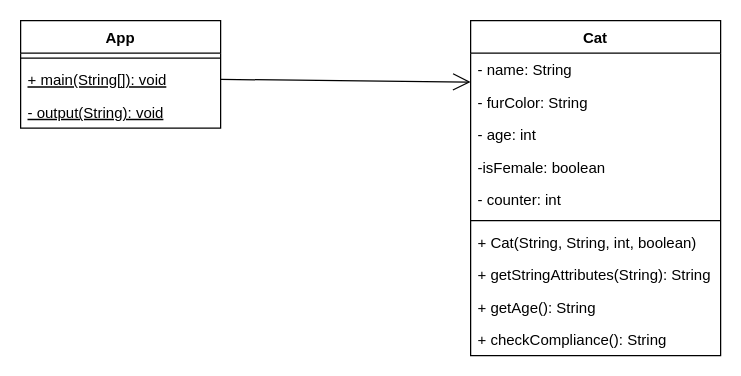
Before: page "App / Cat" (1 of 3) of klassendiagramm.drawio in JanaJ90/03a_Klassen_Objekte_3, a draw.io diagram. Source tidied: cells renumbered, new cells numbered last; positions are measured from the earlier drawing's top-left corner, leaving out a move shared by most shapes. Both pictures are drawn from the tidied source at 125%, with x=0, y=0 at pixel (20, 20).
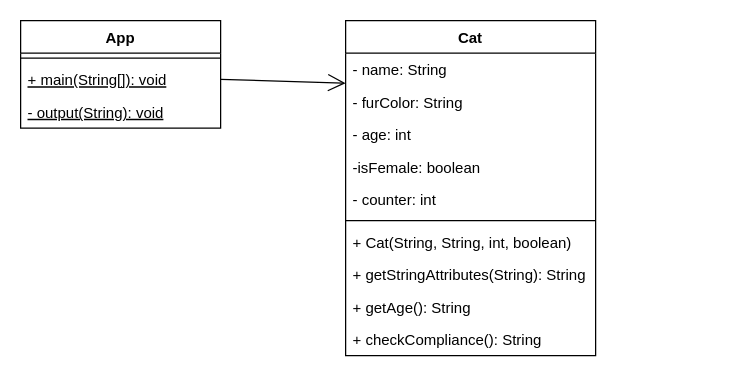
The same diagram, later.

Commit message:
03/ Klassendiagramm TomCat

The edit, as a diff of the source:
```diff
@@
 <mxGraphModel>
   <root>
     <mxCell id="0" />
     <mxCell id="1" parent="0" />
     <mxCell id="2" value="Cat" style="swimlane;fontStyle=1;align=center;verticalAlign=top;horizontal=1;startSize=26;" parent="1" vertex="1">
-      <mxGeometry x="360" width="200" height="268" as="geometry" />
+      <mxGeometry x="260" width="200" height="268" as="geometry" />
     </mxCell>
     <mxCell id="3" value="- name: String" style="text;strokeColor=none;fillColor=none;align=left;verticalAlign=top;spacingLeft=4;spacingRight=4;overflow=hidden;points=[[0,0.5],[1,0.5]];portConstraint=eastwest;" parent="2" vertex="1">
       <mxGeometry y="26" width="200" height="26" as="geometry" />
     </mxCell>
     <mxCell id="4" value="- furColor: String" style="text;strokeColor=none;fillColor=none;align=left;verticalAlign=top;spacingLeft=4;spacingRight=4;overflow=hidden;" parent="2" vertex="1">
       <mxGeometry y="52" width="200" height="26" as="geometry" />
     </mxCell>
     <mxCell id="5" value="- age: int" style="text;strokeColor=none;fillColor=none;align=left;verticalAlign=top;spacingLeft=4;spacingRight=4;overflow=hidden;" parent="2" vertex="1">
       <mxGeometry y="78" width="200" height="26" as="geometry" />
     </mxCell>
     <mxCell id="6" value="-isFemale: boolean" style="text;strokeColor=none;fillColor=none;align=left;verticalAlign=top;spacingLeft=4;spacingRight=4;overflow=hidden;" parent="2" vertex="1">
       <mxGeometry y="104" width="200" height="26" as="geometry" />
     </mxCell>
     <mxCell id="7" value="- counter: int" style="text;strokeColor=none;fillColor=none;align=left;verticalAlign=top;spacingLeft=4;spacingRight=4;overflow=hidden;" parent="2" vertex="1">
       <mxGeometry y="130" width="200" height="26" as="geometry" />
     </mxCell>
     <mxCell id="8" style="line;strokeWidth=1;fillColor=none;align=left;verticalAlign=middle;spacingTop=-1;spacingLeft=3;spacingRight=3;labelPosition=right;strokeColor=inherit;" parent="2" vertex="1">
       <mxGeometry y="156" width="200" height="8" as="geometry" />
     </mxCell>
     <mxCell id="9" value="+ Cat(String, String, int, boolean)" style="text;strokeColor=none;fillColor=none;align=left;verticalAlign=top;spacingLeft=4;spacingRight=4;overflow=hidden;" parent="2" vertex="1">
       <mxGeometry y="164" width="200" height="26" as="geometry" />
     </mxCell>
     <mxCell id="10" value="+ getStringAttributes(String): String" style="text;strokeColor=none;fillColor=none;align=left;verticalAlign=top;spacingLeft=4;spacingRight=4;overflow=hidden;" parent="2" vertex="1">
       <mxGeometry y="190" width="200" height="26" as="geometry" />
     </mxCell>
     <mxCell id="11" value="+ getAge(): String" style="text;strokeColor=none;fillColor=none;align=left;verticalAlign=top;spacingLeft=4;spacingRight=4;overflow=hidden;" parent="2" vertex="1">
       <mxGeometry y="216" width="200" height="26" as="geometry" />
     </mxCell>
     <mxCell id="12" value="+ checkCompliance(): String" style="text;strokeColor=none;fillColor=none;align=left;verticalAlign=top;spacingLeft=4;spacingRight=4;overflow=hidden;" parent="2" vertex="1">
       <mxGeometry y="242" width="200" height="26" as="geometry" />
     </mxCell>
     <mxCell id="13" value="App" style="swimlane;fontStyle=1;align=center;verticalAlign=top;horizontal=1;startSize=26;" parent="1" vertex="1">
       <mxGeometry width="160" height="86" as="geometry" />
     </mxCell>
     <mxCell id="14" style="line;strokeWidth=1;fillColor=none;align=left;verticalAlign=middle;spacingTop=-1;spacingLeft=3;spacingRight=3;labelPosition=right;strokeColor=inherit;" parent="13" vertex="1">
       <mxGeometry y="26" width="160" height="8" as="geometry" />
     </mxCell>
     <mxCell id="15" value="+ main(String[]): void" style="text;strokeColor=none;fillColor=none;align=left;verticalAlign=top;spacingLeft=4;spacingRight=4;overflow=hidden;points=[[0,0.5],[1,0.5]];portConstraint=eastwest;fontStyle=4;" parent="13" vertex="1">
       <mxGeometry y="34" width="160" height="26" as="geometry" />
     </mxCell>
     <mxCell id="16" value="- output(String): void" style="text;strokeColor=none;fillColor=none;align=left;verticalAlign=top;spacingLeft=4;spacingRight=4;overflow=hidden;fontStyle=4;" parent="13" vertex="1">
       <mxGeometry y="60" width="160" height="26" as="geometry" />
     </mxCell>
-    <mxCell id="17" style="endArrow=open;endFill=1;endSize=12;html=1;exitX=1;exitY=0.5;exitDx=0;exitDy=0;entryX=0;entryY=0.89;entryDx=0;entryDy=0;entryPerimeter=0;" parent="1" edge="1" source="15" target="3">
-      <mxGeometry relative="1" as="geometry" />
+    <mxCell id="17" style="endArrow=open;endFill=1;endSize=12;html=1;exitX=1;exitY=0.5;exitDx=0;exitDy=0;" parent="1" edge="1" source="15">
+      <mxGeometry relative="1" as="geometry">
+        <mxPoint x="260" y="50" as="targetPoint" />
+      </mxGeometry>
     </mxCell>
   </root>
 </mxGraphModel>
```
